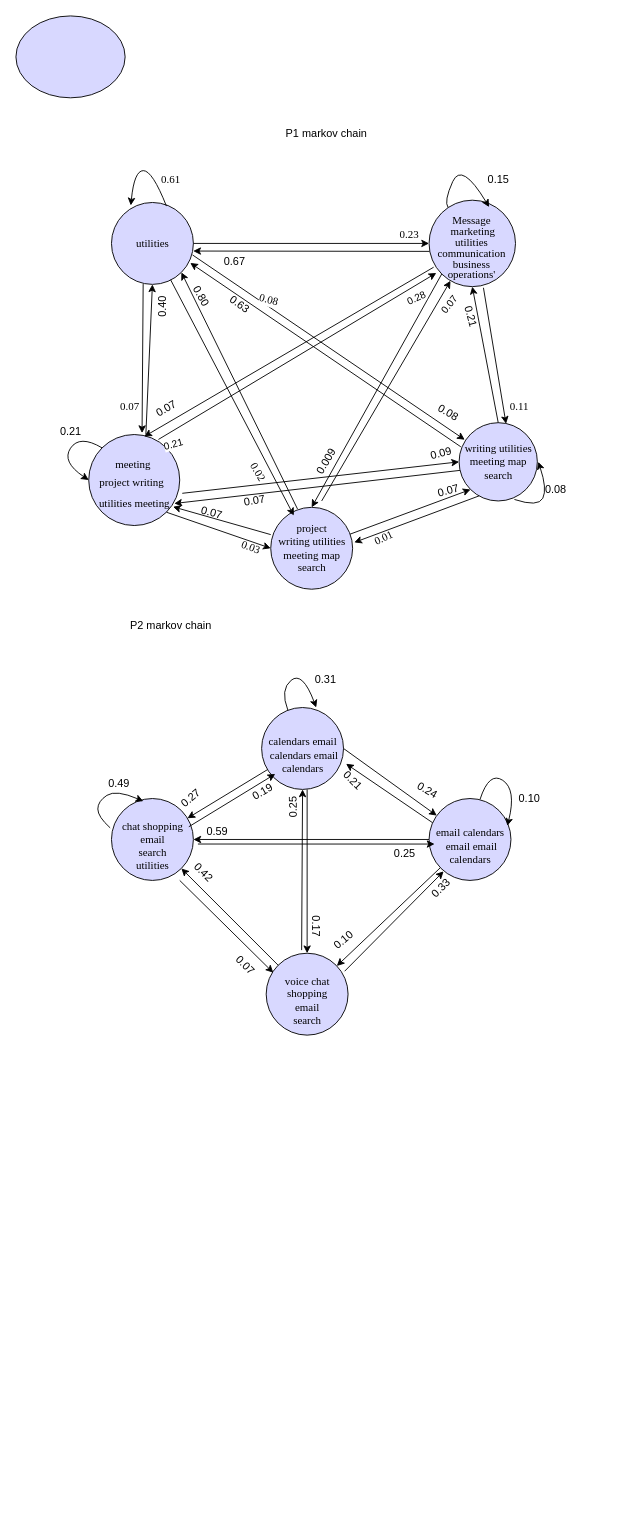
This is Untitled Diagram.drawio from oluwande/zmPDSwR, a draw.io file, before an edit. Source tidied: cells renumbered, new cells numbered last; positions are measured from the earlier drawing's top-left corner, leaving out a move shared by most shapes. Both pictures are drawn from the tidied source at 91%, with x=0, y=0 at pixel (15, 15).
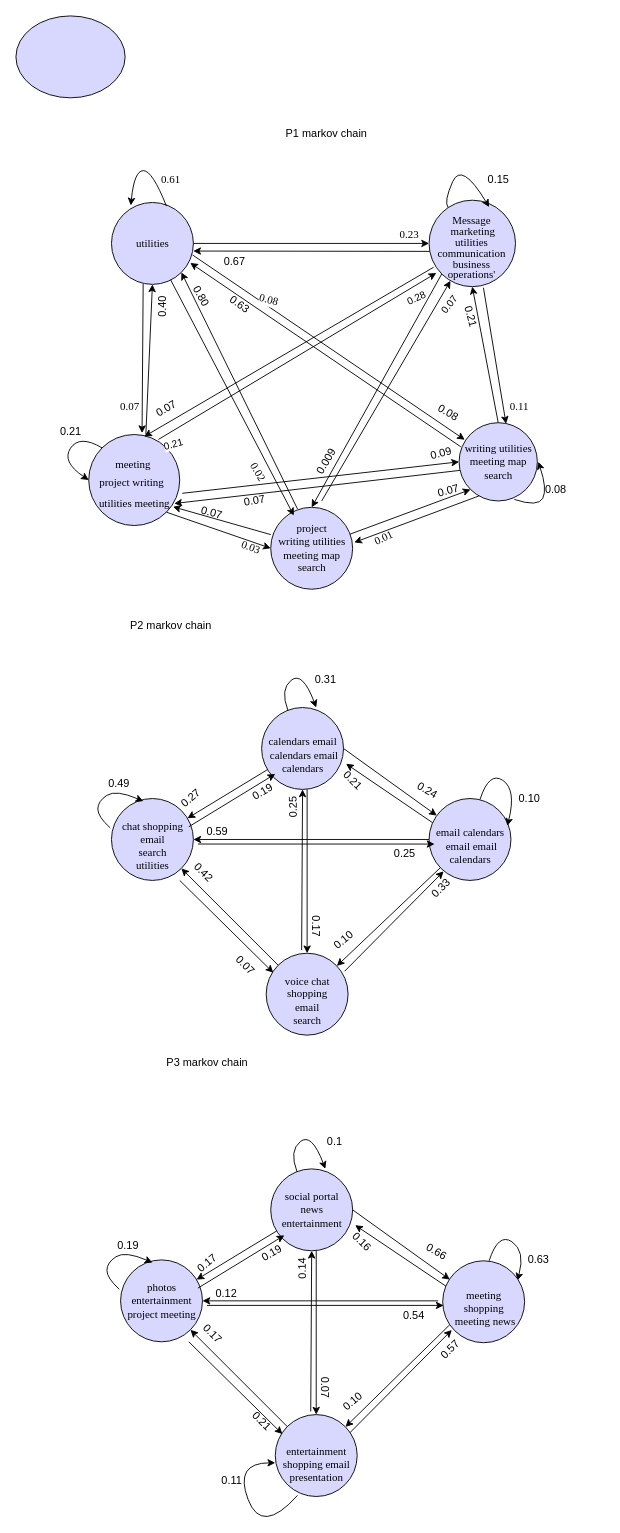
Above is the later version.

Change to the diagram source:
```diff
@@
+    <mxCell id="94" value="P3 markov chain&lt;br&gt;" style="text;html=1;align=center;verticalAlign=middle;strokeColor=none;fillColor=none;" parent="1" vertex="1">
+      <mxGeometry x="155" y="1140" width="110" height="20" as="geometry" />
+    </mxCell>
+    <mxCell id="95" value="social portal &lt;br&gt;news &lt;br&gt;entertainment" style="shape=ellipse;html=1;dashed=0;whitespace=wrap;perimeter=ellipsePerimeter;fontFamily=Times New Roman;align=center;fontSize=12;fillColor=#D8D8FF;" parent="1" vertex="1">
+      <mxGeometry x="280" y="1267" width="90" height="90" as="geometry" />
+    </mxCell>
+    <mxCell id="96" value="&lt;table border=&quot;0&quot; cellpadding=&quot;0&quot; cellspacing=&quot;0&quot; width=&quot;153&quot; style=&quot;border-collapse: collapse ; width: 115pt&quot;&gt;&lt;tbody&gt;&lt;tr style=&quot;height: 15.0pt&quot;&gt;&lt;td height=&quot;20&quot; width=&quot;153&quot; style=&quot;height: 15.0pt ; width: 115pt&quot;&gt;&lt;/td&gt;&lt;/tr&gt;&lt;/tbody&gt;&lt;/table&gt;entertainment &lt;br&gt;shopping&amp;nbsp;email &lt;br&gt;presentation" style="shape=ellipse;html=1;dashed=0;whitespace=wrap;perimeter=ellipsePerimeter;fontFamily=Times New Roman;align=center;fontSize=12;fillColor=#D8D8FF;" parent="1" vertex="1">
+      <mxGeometry x="285" y="1537" width="90" height="90" as="geometry" />
+    </mxCell>
+    <mxCell id="97" value="photos &lt;br&gt;entertainment &lt;br&gt;project meeting" style="shape=ellipse;html=1;dashed=0;whitespace=wrap;perimeter=ellipsePerimeter;fontFamily=Times New Roman;align=center;fontSize=12;fillColor=#D8D8FF;" parent="1" vertex="1">
+      <mxGeometry x="115" y="1367" width="90" height="90" as="geometry" />
+    </mxCell>
+    <mxCell id="98" style="endArrow=classic;html=1;rounded=0;" parent="1" edge="1" source="95" target="97">
+      <mxGeometry relative="1" as="geometry" />
+    </mxCell>
+    <mxCell id="99" value="0.1" style="text;html=1;align=center;verticalAlign=middle;strokeColor=none;fillColor=none;rotation=0;" parent="1" vertex="1">
+      <mxGeometry x="335" y="1227" width="30" height="20" as="geometry" />
+    </mxCell>
+    <mxCell id="100" style="endArrow=classic;html=1;rounded=0;exitX=1;exitY=0.5;exitDx=0;exitDy=0;entryX=0.087;entryY=0.229;entryDx=0;entryDy=0;entryPerimeter=0;" parent="1" edge="1" source="95" target="128">
+      <mxGeometry relative="1" as="geometry" />
+    </mxCell>
+    <mxCell id="101" style="curved=1;endArrow=classic;html=1;rounded=0;entryX=0.667;entryY=0;entryDx=0;entryDy=0;entryPerimeter=0;" parent="1" edge="1" source="95" target="95">
+      <mxGeometry relative="1" as="geometry">
+        <Array as="points">
+          <mxPoint x="300" y="1247" />
+          <mxPoint x="325" y="1227" />
+        </Array>
+      </mxGeometry>
+    </mxCell>
+    <mxCell id="102" value="0.66" style="text;html=1;align=center;verticalAlign=middle;strokeColor=none;fillColor=none;rotation=30;" parent="1" vertex="1">
+      <mxGeometry x="442" y="1348" width="40" height="20" as="geometry" />
+    </mxCell>
+    <mxCell id="103" style="endArrow=classic;html=1;rounded=0;entryX=0.5;entryY=0;entryDx=0;entryDy=0;" parent="1" edge="1" target="96">
+      <mxGeometry relative="1" as="geometry">
+        <mxPoint x="330" y="1357" as="sourcePoint" />
+      </mxGeometry>
+    </mxCell>
+    <mxCell id="104" value="0.07" style="text;html=1;align=center;verticalAlign=middle;strokeColor=none;fillColor=none;rotation=90;" parent="1" vertex="1">
+      <mxGeometry x="320" y="1497" width="40" height="20" as="geometry" />
+    </mxCell>
+    <mxCell id="105" value="0.17" style="text;html=1;align=center;verticalAlign=middle;strokeColor=none;fillColor=none;rotation=-40;" parent="1" vertex="1">
+      <mxGeometry x="190" y="1361" width="40" height="20" as="geometry" />
+    </mxCell>
+    <mxCell id="106" style="endArrow=classic;html=1;rounded=0;entryX=1.031;entryY=0.687;entryDx=0;entryDy=0;entryPerimeter=0;exitX=0.051;exitY=0.318;exitDx=0;exitDy=0;exitPerimeter=0;" parent="1" edge="1" source="128" target="95">
+      <mxGeometry relative="1" as="geometry" />
+    </mxCell>
+    <mxCell id="107" value="0.16" style="text;html=1;align=center;verticalAlign=middle;strokeColor=none;fillColor=none;rotation=45;" parent="1" vertex="1">
+      <mxGeometry x="360" y="1337" width="40" height="20" as="geometry" />
+    </mxCell>
+    <mxCell id="108" style="curved=1;endArrow=classic;html=1;rounded=0;entryX=0.911;entryY=0.242;entryDx=0;entryDy=0;entryPerimeter=0;" parent="1" edge="1" target="128">
+      <mxGeometry relative="1" as="geometry">
+        <mxPoint x="520" y="1368" as="sourcePoint" />
+        <Array as="points">
+          <mxPoint x="530" y="1337" />
+          <mxPoint x="560" y="1357" />
+        </Array>
+      </mxGeometry>
+    </mxCell>
+    <mxCell id="109" value="0.63" style="text;html=1;align=center;verticalAlign=middle;strokeColor=none;fillColor=none;" parent="1" vertex="1">
+      <mxGeometry x="554" y="1357" width="40" height="20" as="geometry" />
+    </mxCell>
+    <mxCell id="110" style="endArrow=classic;html=1;rounded=0;exitX=0.087;exitY=0.78;exitDx=0;exitDy=0;exitPerimeter=0;" parent="1" edge="1" source="128" target="96">
+      <mxGeometry relative="1" as="geometry" />
+    </mxCell>
+    <mxCell id="111" value="0.10" style="text;html=1;align=center;verticalAlign=middle;strokeColor=none;fillColor=none;rotation=-40;" parent="1" vertex="1">
+      <mxGeometry x="350" y="1513" width="40" height="20" as="geometry" />
+    </mxCell>
+    <mxCell id="112" style="endArrow=classic;html=1;rounded=0;entryX=1;entryY=0.5;entryDx=0;entryDy=0;exitX=0;exitY=0.5;exitDx=0;exitDy=0;" parent="1" edge="1" target="97">
+      <mxGeometry relative="1" as="geometry">
+        <mxPoint x="464" y="1412" as="sourcePoint" />
+      </mxGeometry>
+    </mxCell>
+    <mxCell id="113" value="0.12" style="text;html=1;align=center;verticalAlign=middle;strokeColor=none;fillColor=none;" parent="1" vertex="1">
+      <mxGeometry x="211" y="1394" width="40" height="20" as="geometry" />
+    </mxCell>
+    <mxCell id="114" style="endArrow=classic;html=1;rounded=0;entryX=0.5;entryY=1;entryDx=0;entryDy=0;exitX=0.433;exitY=-0.038;exitDx=0;exitDy=0;exitPerimeter=0;" parent="1" edge="1" source="96" target="95">
+      <mxGeometry relative="1" as="geometry" />
+    </mxCell>
+    <mxCell id="115" value="0.14" style="text;html=1;align=center;verticalAlign=middle;strokeColor=none;fillColor=none;rotation=-91;" parent="1" vertex="1">
+      <mxGeometry x="295" y="1367" width="40" height="20" as="geometry" />
+    </mxCell>
+    <mxCell id="116" style="endArrow=classic;html=1;rounded=0;exitX=0.911;exitY=0.222;exitDx=0;exitDy=0;exitPerimeter=0;" parent="1" edge="1" source="96">
+      <mxGeometry relative="1" as="geometry">
+        <mxPoint x="479" y="1444" as="targetPoint" />
+      </mxGeometry>
+    </mxCell>
+    <mxCell id="117" value="0.57" style="text;html=1;align=center;verticalAlign=middle;strokeColor=none;fillColor=none;rotation=-45;" parent="1" vertex="1">
+      <mxGeometry x="457" y="1456" width="40" height="20" as="geometry" />
+    </mxCell>
+    <mxCell id="118" style="endArrow=classic;html=1;rounded=0;exitX=0;exitY=0;exitDx=0;exitDy=0;" parent="1" edge="1" source="96" target="97">
+      <mxGeometry relative="1" as="geometry" />
+    </mxCell>
+    <mxCell id="119" value="0.17" style="text;html=1;align=center;verticalAlign=middle;strokeColor=none;fillColor=none;rotation=45;" parent="1" vertex="1">
+      <mxGeometry x="196" y="1438" width="40" height="20" as="geometry" />
+    </mxCell>
+    <mxCell id="120" style="endArrow=classic;html=1;rounded=0;" parent="1" edge="1">
+      <mxGeometry relative="1" as="geometry">
+        <mxPoint x="200" y="1398" as="sourcePoint" />
+        <mxPoint x="295" y="1340" as="targetPoint" />
+      </mxGeometry>
+    </mxCell>
+    <mxCell id="121" value="0.19" style="text;html=1;align=center;verticalAlign=middle;strokeColor=none;fillColor=none;rotation=-30;" parent="1" vertex="1">
+      <mxGeometry x="261" y="1350" width="40" height="20" as="geometry" />
+    </mxCell>
+    <mxCell id="122" style="endArrow=classic;html=1;rounded=0;entryX=0.067;entryY=0.556;entryDx=0;entryDy=0;entryPerimeter=0;" parent="1" edge="1">
+      <mxGeometry relative="1" as="geometry">
+        <mxPoint x="210" y="1417" as="sourcePoint" />
+        <mxPoint x="470" y="1417" as="targetPoint" />
+      </mxGeometry>
+    </mxCell>
+    <mxCell id="123" value="0.54" style="text;html=1;align=center;verticalAlign=middle;strokeColor=none;fillColor=none;" parent="1" vertex="1">
+      <mxGeometry x="417" y="1418" width="40" height="20" as="geometry" />
+    </mxCell>
+    <mxCell id="124" style="endArrow=classic;html=1;rounded=0;entryX=0.087;entryY=0.238;entryDx=0;entryDy=0;entryPerimeter=0;" parent="1" edge="1" target="96">
+      <mxGeometry relative="1" as="geometry">
+        <mxPoint x="190" y="1457" as="sourcePoint" />
+      </mxGeometry>
+    </mxCell>
+    <mxCell id="125" value="0.21" style="text;html=1;align=center;verticalAlign=middle;strokeColor=none;fillColor=none;rotation=45;" parent="1" vertex="1">
+      <mxGeometry x="250" y="1534" width="40" height="20" as="geometry" />
+    </mxCell>
+    <mxCell id="126" style="curved=1;endArrow=classic;html=1;rounded=0;exitX=-0.016;exitY=0.358;exitDx=0;exitDy=0;exitPerimeter=0;" parent="1" edge="1" source="97">
+      <mxGeometry relative="1" as="geometry">
+        <mxPoint x="150" y="1370" as="targetPoint" />
+        <Array as="points">
+          <mxPoint x="100" y="1387" />
+          <mxPoint x="100" y="1370" />
+          <mxPoint x="120" y="1357" />
+        </Array>
+      </mxGeometry>
+    </mxCell>
+    <mxCell id="127" value="0.19" style="text;html=1;align=center;verticalAlign=middle;strokeColor=none;fillColor=none;" parent="1" vertex="1">
+      <mxGeometry x="103" y="1341" width="40" height="20" as="geometry" />
+    </mxCell>
+    <mxCell id="128" value="&lt;br&gt;&lt;table border=&quot;0&quot; cellpadding=&quot;0&quot; cellspacing=&quot;0&quot; width=&quot;265&quot; style=&quot;border-collapse: collapse ; width: 199pt&quot;&gt;&lt;tbody&gt;&lt;tr style=&quot;height: 15pt&quot;&gt;&lt;td height=&quot;20&quot; width=&quot;265&quot; style=&quot;height: 15pt ; width: 199pt&quot;&gt;meeting&lt;br&gt;shopping&lt;br&gt;&amp;nbsp;meeting news&lt;/td&gt;&lt;/tr&gt;&lt;/tbody&gt;&lt;/table&gt;" style="shape=ellipse;html=1;dashed=0;whitespace=wrap;perimeter=ellipsePerimeter;fontFamily=Times New Roman;align=center;fontSize=12;fillColor=#D8D8FF;" parent="1" vertex="1">
+      <mxGeometry x="469" y="1368" width="90" height="90" as="geometry" />
+    </mxCell>
+    <mxCell id="129" style="curved=1;endArrow=classic;html=1;rounded=0;exitX=0.271;exitY=0.987;exitDx=0;exitDy=0;exitPerimeter=0;" parent="1" edge="1" source="96">
+      <mxGeometry relative="1" as="geometry">
+        <mxPoint x="285" y="1590" as="targetPoint" />
+        <Array as="points">
+          <mxPoint x="270" y="1670" />
+          <mxPoint x="240" y="1590" />
+        </Array>
+      </mxGeometry>
+    </mxCell>
+    <mxCell id="130" value="0.11" style="text;html=1;align=center;verticalAlign=middle;strokeColor=none;fillColor=none;" parent="1" vertex="1">
+      <mxGeometry x="217" y="1600" width="40" height="20" as="geometry" />
+    </mxCell>
```
